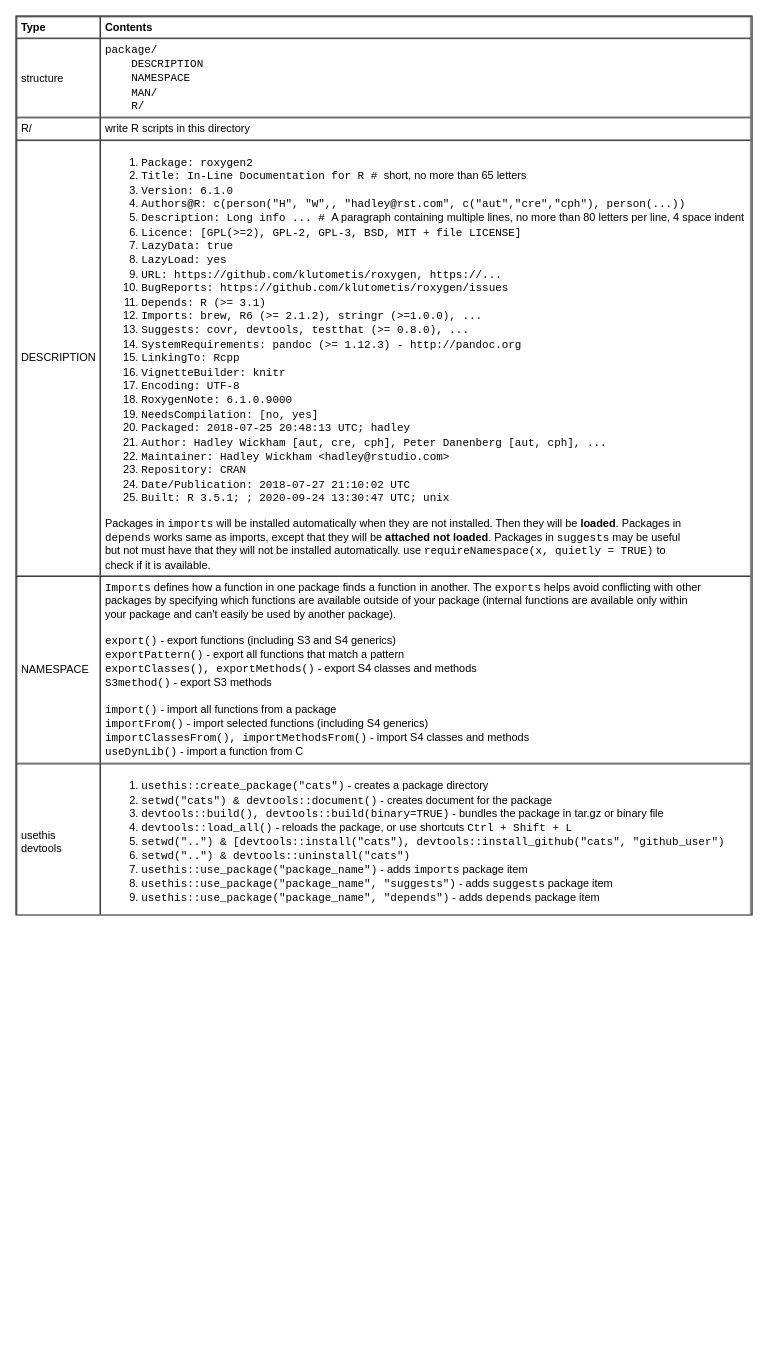
Earlier version of the draw.io diagram page "Write-Package" (5 of 5) of languages/R/R-packages.drawio (yangdj/tf_docs). Source tidied: cells renumbered, new cells numbered last; positions are measured from the earlier drawing's top-left corner, leaving out a move shared by most shapes. Both pictures are drawn from the tidied source at 91%, with x=0, y=0 at pixel (15, 15).
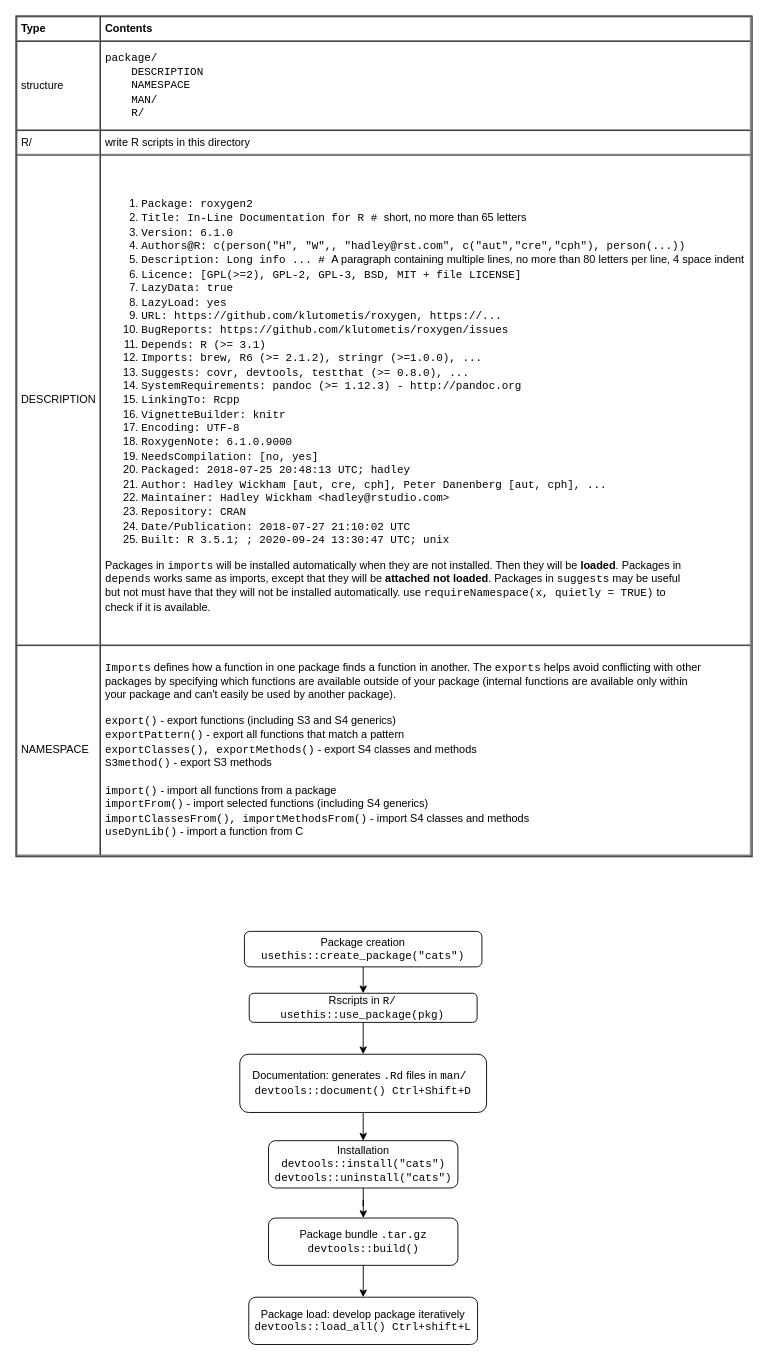
Above is the later version.

Change to the diagram source:
```diff
@@
 <mxGraphModel>
   <root>
     <mxCell id="0" />
     <mxCell id="1" parent="0" />
-    <mxCell id="2" value="&lt;table cellpadding=&quot;4&quot; cellspacing=&quot;0&quot; border=&quot;1&quot; style=&quot;font-size: 1em ; width: 100% ; height: 100%&quot;&gt;&lt;tbody&gt;&lt;tr&gt;&lt;th&gt;Type&lt;/th&gt;&lt;th&gt;Contents&lt;/th&gt;&lt;/tr&gt;&lt;tr&gt;&lt;td&gt;structure&lt;/td&gt;&lt;td&gt;&lt;font face=&quot;Courier New&quot;&gt;package/&lt;br&gt;&amp;nbsp; &amp;nbsp; DESCRIPTION&lt;br&gt;&amp;nbsp; &amp;nbsp; NAMESPACE&lt;br&gt;&amp;nbsp; &amp;nbsp; MAN/&lt;br&gt;&amp;nbsp; &amp;nbsp; R/&lt;/font&gt;&lt;br&gt;&lt;/td&gt;&lt;/tr&gt;&lt;tr&gt;&lt;td&gt;R/&lt;/td&gt;&lt;td&gt;write R scripts in this directory&lt;/td&gt;&lt;/tr&gt;&lt;tr&gt;&lt;td&gt;DESCRIPTION&lt;/td&gt;&lt;td&gt;&lt;ol&gt;&lt;li&gt;&lt;font face=&quot;Courier New&quot;&gt;Package: roxygen2&lt;/font&gt;&lt;/li&gt;&lt;li&gt;&lt;font face=&quot;Courier New&quot;&gt;Title: In-Line Documentation for R # &lt;/font&gt;short, no more than 65 letters&lt;/li&gt;&lt;li&gt;&lt;font face=&quot;Courier New&quot;&gt;Version: 6.1.0&lt;/font&gt;&lt;/li&gt;&lt;li&gt;&lt;span style=&quot;font-size: 1em ; font-family: &amp;#34;courier new&amp;#34;&quot;&gt;Authors@R: c(person(&quot;H&quot;, &quot;W&quot;,, &quot;hadley@rst.com&quot;, c(&quot;aut&quot;,&quot;cre&quot;,&quot;cph&quot;), person(...))&lt;/span&gt;&lt;br&gt;&lt;/li&gt;&lt;li&gt;&lt;font face=&quot;Courier New&quot;&gt;Description: Long info ... # &lt;/font&gt;A paragraph&amp;nbsp;containing multiple lines, no more than 80 letters per line, 4 space indent&lt;/li&gt;&lt;li&gt;&lt;font face=&quot;Courier New&quot;&gt;Licence: [GPL(&amp;gt;=2), GPL-2, GPL-3, BSD, MIT + file LICENSE]&lt;/font&gt;&lt;/li&gt;&lt;li&gt;&lt;font face=&quot;Courier New&quot;&gt;LazyData: true&lt;/font&gt;&lt;/li&gt;&lt;li&gt;&lt;span style=&quot;font-family: &amp;#34;courier new&amp;#34; ; font-size: 1em&quot;&gt;LazyLoad: yes&lt;/span&gt;&lt;br&gt;&lt;/li&gt;&lt;li&gt;&lt;font face=&quot;Courier New&quot;&gt;URL:&amp;nbsp;https://github.com/klutometis/roxygen, https://...&lt;/font&gt;&lt;/li&gt;&lt;li&gt;&lt;font face=&quot;Courier New&quot;&gt;BugReports:&amp;nbsp;https://github.com/klutometis/roxygen/issues&lt;/font&gt;&lt;/li&gt;&lt;li&gt;&lt;font face=&quot;Courier New&quot;&gt;Depends: R (&amp;gt;= 3.1)&lt;/font&gt;&lt;/li&gt;&lt;li&gt;&lt;font face=&quot;Courier New&quot;&gt;Imports: brew, R6 (&amp;gt;= 2.1.2), stringr (&amp;gt;=1.0.0), ...&lt;/font&gt;&lt;/li&gt;&lt;li&gt;&lt;font face=&quot;Courier New&quot;&gt;Suggests: covr, devtools, testthat (&amp;gt;= 0.8.0), ...&lt;/font&gt;&lt;/li&gt;&lt;li&gt;&lt;font face=&quot;Courier New&quot;&gt;SystemRequirements: pandoc (&amp;gt;= 1.12.3) - http://pandoc.org&lt;/font&gt;&lt;/li&gt;&lt;li&gt;&lt;font face=&quot;Courier New&quot;&gt;LinkingTo: Rcpp&lt;/font&gt;&lt;/li&gt;&lt;li&gt;&lt;font face=&quot;Courier New&quot;&gt;VignetteBuilder: knitr&lt;/font&gt;&lt;/li&gt;&lt;li&gt;&lt;font face=&quot;Courier New&quot;&gt;Encoding: UTF-8&lt;/font&gt;&lt;/li&gt;&lt;li&gt;&lt;font face=&quot;Courier New&quot;&gt;RoxygenNote: 6.1.0.9000&lt;br&gt;&lt;/font&gt;&lt;/li&gt;&lt;li&gt;&lt;font face=&quot;Courier New&quot;&gt;NeedsCompilation: [no, yes]&lt;/font&gt;&lt;/li&gt;&lt;li&gt;&lt;font face=&quot;Courier New&quot;&gt;Packaged: 2018-07-25 20:48:13 UTC; hadley&lt;br&gt;&lt;/font&gt;&lt;/li&gt;&lt;li&gt;&lt;font face=&quot;Courier New&quot;&gt;Author: Hadley Wickham [aut, cre, cph], Peter Danenberg [aut, cph], ...&lt;/font&gt;&lt;/li&gt;&lt;li&gt;&lt;font face=&quot;Courier New&quot;&gt;Maintainer: Hadley Wickham &amp;lt;hadley@rstudio.com&amp;gt;&lt;/font&gt;&lt;/li&gt;&lt;li&gt;&lt;font face=&quot;Courier New&quot;&gt;Repository: CRAN&lt;/font&gt;&lt;/li&gt;&lt;li&gt;&lt;font face=&quot;Courier New&quot;&gt;Date/Publication: 2018-07-27 21:10:02 UTC&lt;/font&gt;&lt;/li&gt;&lt;li&gt;&lt;font face=&quot;Courier New&quot;&gt;Built: R 3.5.1; ; 2020-09-24 13:30:47 UTC; unix&lt;/font&gt;&lt;/li&gt;&lt;/ol&gt;&lt;div&gt;Packages in &lt;font face=&quot;Courier New&quot;&gt;imports&lt;/font&gt; will be installed automatically when they are not installed. Then they will be &lt;b&gt;loaded&lt;/b&gt;.&amp;nbsp;&lt;span style=&quot;font-size: 1em&quot;&gt;Packages in&lt;/span&gt;&lt;span style=&quot;font-size: 1em&quot;&gt;&amp;nbsp;&lt;/span&gt;&lt;/div&gt;&lt;div&gt;&lt;font face=&quot;Courier New&quot; style=&quot;font-size: 1em&quot;&gt;depends&lt;/font&gt;&lt;span style=&quot;font-size: 1em&quot;&gt;&amp;nbsp;works same as imports, except that they will be &lt;b&gt;attached&lt;/b&gt; &lt;b&gt;not loaded&lt;/b&gt;. Packages in &lt;font face=&quot;Courier New&quot;&gt;suggests&lt;/font&gt;&lt;/span&gt;&amp;nbsp;may be useful&amp;nbsp;&lt;/div&gt;&lt;div&gt;but not must have that they will not be installed automatically. use &lt;font face=&quot;Courier New&quot;&gt;requireNamespace(x, quietly = TRUE)&lt;/font&gt;&amp;nbsp;to&lt;/div&gt;&lt;div&gt;check if it is available.&lt;/div&gt;&lt;/td&gt;&lt;/tr&gt;&lt;tr&gt;&lt;td&gt;NAMESPACE&lt;/td&gt;&lt;td&gt;&lt;font face=&quot;Courier New&quot;&gt;Imports&lt;/font&gt; defines how a function in one package finds a function in another. The &lt;font face=&quot;Courier New&quot;&gt;exports&lt;/font&gt; helps avoid conflicting with other&lt;br&gt;packages by specifying which functions are available outside of your package (internal functions are available only within&lt;br&gt;your package and can't easily be used by another package).&lt;br&gt;&lt;br&gt;&lt;font face=&quot;Courier New&quot;&gt;export()&lt;/font&gt; - export functions (including S3 and S4 generics)&lt;br&gt;&lt;font face=&quot;Courier New&quot;&gt;exportPattern()&lt;/font&gt;&amp;nbsp;- export all functions that match a pattern&lt;br&gt;&lt;font face=&quot;Courier New&quot;&gt;exportClasses(), exportMethods()&lt;/font&gt; - export S4 classes and methods&lt;br&gt;&lt;font face=&quot;Courier New&quot;&gt;S3method()&lt;/font&gt; - export S3 methods&lt;br&gt;&lt;br&gt;&lt;font face=&quot;Courier New&quot;&gt;import()&lt;/font&gt; - import all functions from a package&lt;br&gt;&lt;font face=&quot;Courier New&quot;&gt;importFrom()&lt;/font&gt; - import selected functions (including S4 generics)&lt;br&gt;&lt;font face=&quot;Courier New&quot;&gt;importClassesFrom(), importMethodsFrom()&lt;/font&gt; - import S4 classes and methods&lt;br&gt;&lt;font face=&quot;Courier New&quot;&gt;useDynLib()&lt;/font&gt; - import a function from C&lt;br&gt;&lt;/td&gt;&lt;/tr&gt;&lt;tr&gt;&lt;td&gt;usethis&lt;br&gt;devtools&lt;/td&gt;&lt;td&gt;&lt;ol&gt;&lt;li&gt;&lt;font face=&quot;Courier New&quot;&gt;usethis::create_package(&quot;cats&quot;)&lt;/font&gt; - creates a package directory&lt;/li&gt;&lt;li&gt;&lt;font face=&quot;Courier New&quot;&gt;setwd(&quot;cats&quot;) &amp;amp; devtools::document()&lt;/font&gt; - creates document for the package&lt;/li&gt;&lt;li&gt;&lt;font face=&quot;Courier New&quot;&gt;devtools::build(), devtools::build(binary=TRUE)&lt;/font&gt; - bundles the package in tar.gz or binary file&lt;/li&gt;&lt;li&gt;&lt;font face=&quot;Courier New&quot;&gt;devtools::load_all()&lt;/font&gt; - reloads the package, or use shortcuts &lt;font face=&quot;Courier New&quot;&gt;Ctrl + Shift + L&lt;/font&gt;&lt;/li&gt;&lt;li&gt;&lt;font face=&quot;Courier New&quot;&gt;setwd(&quot;..&quot;) &amp;amp; [devtools::install(&quot;cats&quot;), devtools::install_github(&quot;cats&quot;, &quot;github_user&quot;)&lt;/font&gt;&lt;/li&gt;&lt;li&gt;&lt;font face=&quot;Courier New&quot;&gt;setwd(&quot;..&quot;) &amp;amp; devtools::uninstall(&quot;cats&quot;)&lt;/font&gt;&lt;/li&gt;&lt;li&gt;&lt;font face=&quot;Courier New&quot;&gt;usethis::use_package(&quot;package_name&quot;)&lt;/font&gt; - adds&amp;nbsp;&lt;font face=&quot;Courier New&quot;&gt;imports&lt;/font&gt; package item&lt;/li&gt;&lt;li&gt;&lt;font face=&quot;Courier New&quot;&gt;usethis::use_package(&quot;package_name&quot;, &quot;suggests&quot;)&lt;/font&gt; - adds&amp;nbsp;&lt;font face=&quot;Courier New&quot;&gt;suggests&lt;/font&gt; package item&lt;/li&gt;&lt;li&gt;&lt;font face=&quot;Courier New&quot;&gt;usethis::use_package(&quot;package_name&quot;, &quot;depends&quot;)&lt;/font&gt;&amp;nbsp;- adds&amp;nbsp;&lt;font face=&quot;Courier New&quot;&gt;depends&lt;/font&gt;&amp;nbsp;package item&lt;/li&gt;&lt;/ol&gt;&lt;/td&gt;&lt;/tr&gt;&lt;/tbody&gt;&lt;/table&gt; " style="verticalAlign=top;align=left;overflow=fill;fontSize=12;fontFamily=Helvetica;html=1;" parent="1" vertex="1">
-      <mxGeometry width="809" height="988" as="geometry" />
+    <mxCell id="2" value="&lt;table cellpadding=&quot;4&quot; cellspacing=&quot;0&quot; border=&quot;1&quot; style=&quot;font-size: 1em ; width: 100% ; height: 100%&quot;&gt;&lt;tbody&gt;&lt;tr&gt;&lt;th&gt;Type&lt;/th&gt;&lt;th&gt;Contents&lt;/th&gt;&lt;/tr&gt;&lt;tr&gt;&lt;td&gt;structure&lt;/td&gt;&lt;td&gt;&lt;font face=&quot;Courier New&quot;&gt;package/&lt;br&gt;&amp;nbsp; &amp;nbsp; DESCRIPTION&lt;br&gt;&amp;nbsp; &amp;nbsp; NAMESPACE&lt;br&gt;&amp;nbsp; &amp;nbsp; MAN/&lt;br&gt;&amp;nbsp; &amp;nbsp; R/&lt;/font&gt;&lt;br&gt;&lt;/td&gt;&lt;/tr&gt;&lt;tr&gt;&lt;td&gt;R/&lt;/td&gt;&lt;td&gt;write R scripts in this directory&lt;/td&gt;&lt;/tr&gt;&lt;tr&gt;&lt;td&gt;DESCRIPTION&lt;/td&gt;&lt;td&gt;&lt;ol&gt;&lt;li&gt;&lt;font face=&quot;Courier New&quot;&gt;Package: roxygen2&lt;/font&gt;&lt;/li&gt;&lt;li&gt;&lt;font face=&quot;Courier New&quot;&gt;Title: In-Line Documentation for R # &lt;/font&gt;short, no more than 65 letters&lt;/li&gt;&lt;li&gt;&lt;font face=&quot;Courier New&quot;&gt;Version: 6.1.0&lt;/font&gt;&lt;/li&gt;&lt;li&gt;&lt;span style=&quot;font-size: 1em ; font-family: &amp;#34;courier new&amp;#34;&quot;&gt;Authors@R: c(person(&quot;H&quot;, &quot;W&quot;,, &quot;hadley@rst.com&quot;, c(&quot;aut&quot;,&quot;cre&quot;,&quot;cph&quot;), person(...))&lt;/span&gt;&lt;br&gt;&lt;/li&gt;&lt;li&gt;&lt;font face=&quot;Courier New&quot;&gt;Description: Long info ... # &lt;/font&gt;A paragraph&amp;nbsp;containing multiple lines, no more than 80 letters per line, 4 space indent&lt;/li&gt;&lt;li&gt;&lt;font face=&quot;Courier New&quot;&gt;Licence: [GPL(&amp;gt;=2), GPL-2, GPL-3, BSD, MIT + file LICENSE]&lt;/font&gt;&lt;/li&gt;&lt;li&gt;&lt;font face=&quot;Courier New&quot;&gt;LazyData: true&lt;/font&gt;&lt;/li&gt;&lt;li&gt;&lt;span style=&quot;font-family: &amp;#34;courier new&amp;#34; ; font-size: 1em&quot;&gt;LazyLoad: yes&lt;/span&gt;&lt;br&gt;&lt;/li&gt;&lt;li&gt;&lt;font face=&quot;Courier New&quot;&gt;URL:&amp;nbsp;https://github.com/klutometis/roxygen, https://...&lt;/font&gt;&lt;/li&gt;&lt;li&gt;&lt;font face=&quot;Courier New&quot;&gt;BugReports:&amp;nbsp;https://github.com/klutometis/roxygen/issues&lt;/font&gt;&lt;/li&gt;&lt;li&gt;&lt;font face=&quot;Courier New&quot;&gt;Depends: R (&amp;gt;= 3.1)&lt;/font&gt;&lt;/li&gt;&lt;li&gt;&lt;font face=&quot;Courier New&quot;&gt;Imports: brew, R6 (&amp;gt;= 2.1.2), stringr (&amp;gt;=1.0.0), ...&lt;/font&gt;&lt;/li&gt;&lt;li&gt;&lt;font face=&quot;Courier New&quot;&gt;Suggests: covr, devtools, testthat (&amp;gt;= 0.8.0), ...&lt;/font&gt;&lt;/li&gt;&lt;li&gt;&lt;font face=&quot;Courier New&quot;&gt;SystemRequirements: pandoc (&amp;gt;= 1.12.3) - http://pandoc.org&lt;/font&gt;&lt;/li&gt;&lt;li&gt;&lt;font face=&quot;Courier New&quot;&gt;LinkingTo: Rcpp&lt;/font&gt;&lt;/li&gt;&lt;li&gt;&lt;font face=&quot;Courier New&quot;&gt;VignetteBuilder: knitr&lt;/font&gt;&lt;/li&gt;&lt;li&gt;&lt;font face=&quot;Courier New&quot;&gt;Encoding: UTF-8&lt;/font&gt;&lt;/li&gt;&lt;li&gt;&lt;font face=&quot;Courier New&quot;&gt;RoxygenNote: 6.1.0.9000&lt;br&gt;&lt;/font&gt;&lt;/li&gt;&lt;li&gt;&lt;font face=&quot;Courier New&quot;&gt;NeedsCompilation: [no, yes]&lt;/font&gt;&lt;/li&gt;&lt;li&gt;&lt;font face=&quot;Courier New&quot;&gt;Packaged: 2018-07-25 20:48:13 UTC; hadley&lt;br&gt;&lt;/font&gt;&lt;/li&gt;&lt;li&gt;&lt;font face=&quot;Courier New&quot;&gt;Author: Hadley Wickham [aut, cre, cph], Peter Danenberg [aut, cph], ...&lt;/font&gt;&lt;/li&gt;&lt;li&gt;&lt;font face=&quot;Courier New&quot;&gt;Maintainer: Hadley Wickham &amp;lt;hadley@rstudio.com&amp;gt;&lt;/font&gt;&lt;/li&gt;&lt;li&gt;&lt;font face=&quot;Courier New&quot;&gt;Repository: CRAN&lt;/font&gt;&lt;/li&gt;&lt;li&gt;&lt;font face=&quot;Courier New&quot;&gt;Date/Publication: 2018-07-27 21:10:02 UTC&lt;/font&gt;&lt;/li&gt;&lt;li&gt;&lt;font face=&quot;Courier New&quot;&gt;Built: R 3.5.1; ; 2020-09-24 13:30:47 UTC; unix&lt;/font&gt;&lt;/li&gt;&lt;/ol&gt;&lt;div&gt;Packages in &lt;font face=&quot;Courier New&quot;&gt;imports&lt;/font&gt; will be installed automatically when they are not installed. Then they will be &lt;b&gt;loaded&lt;/b&gt;.&amp;nbsp;&lt;span style=&quot;font-size: 1em&quot;&gt;Packages in&lt;/span&gt;&lt;span style=&quot;font-size: 1em&quot;&gt;&amp;nbsp;&lt;/span&gt;&lt;/div&gt;&lt;div&gt;&lt;font face=&quot;Courier New&quot; style=&quot;font-size: 1em&quot;&gt;depends&lt;/font&gt;&lt;span style=&quot;font-size: 1em&quot;&gt;&amp;nbsp;works same as imports, except that they will be &lt;b&gt;attached&lt;/b&gt; &lt;b&gt;not loaded&lt;/b&gt;. Packages in &lt;font face=&quot;Courier New&quot;&gt;suggests&lt;/font&gt;&lt;/span&gt;&amp;nbsp;may be useful&amp;nbsp;&lt;/div&gt;&lt;div&gt;but not must have that they will not be installed automatically. use &lt;font face=&quot;Courier New&quot;&gt;requireNamespace(x, quietly = TRUE)&lt;/font&gt;&amp;nbsp;to&lt;/div&gt;&lt;div&gt;check if it is available.&lt;/div&gt;&lt;/td&gt;&lt;/tr&gt;&lt;tr&gt;&lt;td&gt;NAMESPACE&lt;/td&gt;&lt;td&gt;&lt;font face=&quot;Courier New&quot;&gt;Imports&lt;/font&gt; defines how a function in one package finds a function in another. The &lt;font face=&quot;Courier New&quot;&gt;exports&lt;/font&gt; helps avoid conflicting with other&lt;br&gt;packages by specifying which functions are available outside of your package (internal functions are available only within&lt;br&gt;your package and can't easily be used by another package).&lt;br&gt;&lt;br&gt;&lt;font face=&quot;Courier New&quot;&gt;export()&lt;/font&gt; - export functions (including S3 and S4 generics)&lt;br&gt;&lt;font face=&quot;Courier New&quot;&gt;exportPattern()&lt;/font&gt;&amp;nbsp;- export all functions that match a pattern&lt;br&gt;&lt;font face=&quot;Courier New&quot;&gt;exportClasses(), exportMethods()&lt;/font&gt; - export S4 classes and methods&lt;br&gt;&lt;font face=&quot;Courier New&quot;&gt;S3method()&lt;/font&gt; - export S3 methods&lt;br&gt;&lt;br&gt;&lt;font face=&quot;Courier New&quot;&gt;import()&lt;/font&gt; - import all functions from a package&lt;br&gt;&lt;font face=&quot;Courier New&quot;&gt;importFrom()&lt;/font&gt; - import selected functions (including S4 generics)&lt;br&gt;&lt;font face=&quot;Courier New&quot;&gt;importClassesFrom(), importMethodsFrom()&lt;/font&gt; - import S4 classes and methods&lt;br&gt;&lt;font face=&quot;Courier New&quot;&gt;useDynLib()&lt;/font&gt; - import a function from C&lt;br&gt;&lt;/td&gt;&lt;/tr&gt;&lt;/tbody&gt;&lt;/table&gt; " style="verticalAlign=top;align=left;overflow=fill;fontSize=12;fontFamily=Helvetica;html=1;" parent="1" vertex="1">
+      <mxGeometry width="809" height="924" as="geometry" />
     </mxCell>
+    <mxCell id="3" style="edgeStyle=orthogonalEdgeStyle;rounded=0;jettySize=auto;html=1;" parent="1" edge="1" source="4" target="6">
+      <mxGeometry relative="1" as="geometry" />
+    </mxCell>
+    <mxCell id="4" value="Package creation&lt;br&gt;&lt;font face=&quot;Courier New&quot;&gt;usethis::create_package(&quot;cats&quot;)&lt;/font&gt;" style="rounded=1;whiteSpace=wrap;html=1;" parent="1" vertex="1">
+      <mxGeometry x="251.1" y="1006" width="261" height="39" as="geometry" />
+    </mxCell>
+    <mxCell id="5" style="edgeStyle=orthogonalEdgeStyle;rounded=0;jettySize=auto;html=1;" parent="1" edge="1" source="6" target="8">
+      <mxGeometry relative="1" as="geometry" />
+    </mxCell>
+    <mxCell id="6" value="Rscripts in&amp;nbsp;&lt;font face=&quot;Courier New&quot;&gt;R/&lt;/font&gt;&lt;br&gt;&lt;font face=&quot;Courier New&quot;&gt;usethis::use_package(pkg)&lt;/font&gt;" style="rounded=1;whiteSpace=wrap;html=1;" parent="1" vertex="1">
+      <mxGeometry x="256.4" y="1074" width="250.4" height="32" as="geometry" />
+    </mxCell>
+    <mxCell id="7" style="edgeStyle=orthogonalEdgeStyle;rounded=0;jettySize=auto;html=1;entryX=0.5;entryY=0;entryDx=0;entryDy=0;" parent="1" edge="1" source="8" target="10">
+      <mxGeometry relative="1" as="geometry" />
+    </mxCell>
+    <mxCell id="8" value="Documentation: generates &lt;font face=&quot;Courier New&quot;&gt;.Rd&lt;/font&gt; files in&amp;nbsp;&lt;font face=&quot;Courier New&quot;&gt;man/&amp;nbsp;&lt;/font&gt;&lt;br&gt;&lt;font face=&quot;Courier New&quot;&gt;devtools::document() Ctrl+Shift+D&lt;br&gt;&lt;/font&gt;" style="rounded=1;whiteSpace=wrap;html=1;" parent="1" vertex="1">
+      <mxGeometry x="246" y="1141" width="271.2" height="64" as="geometry" />
+    </mxCell>
+    <mxCell id="9" style="edgeStyle=orthogonalEdgeStyle;rounded=0;jettySize=auto;html=1;" parent="1" edge="1" source="10" target="12">
+      <mxGeometry relative="1" as="geometry" />
+    </mxCell>
+    <mxCell id="10" value="Installation&lt;br&gt;&lt;font face=&quot;Courier New&quot;&gt;devtools::install(&quot;cats&quot;)&lt;br&gt;devtools::uninstall(&quot;cats&quot;)&lt;br&gt;&lt;/font&gt;" style="rounded=1;whiteSpace=wrap;html=1;" parent="1" vertex="1">
+      <mxGeometry x="277.6" y="1236" width="208.1" height="52" as="geometry" />
+    </mxCell>
+    <mxCell id="11" style="edgeStyle=orthogonalEdgeStyle;rounded=0;jettySize=auto;html=1;" parent="1" edge="1" source="12" target="13">
+      <mxGeometry relative="1" as="geometry" />
+    </mxCell>
+    <mxCell id="12" value="Package bundle &lt;font face=&quot;Courier New&quot;&gt;.tar.gz&lt;/font&gt;&lt;br&gt;&lt;font face=&quot;Courier New&quot;&gt;devtools::build()&lt;/font&gt;" style="rounded=1;whiteSpace=wrap;html=1;" parent="1" vertex="1">
+      <mxGeometry x="277.6" y="1321" width="208.1" height="52" as="geometry" />
+    </mxCell>
+    <mxCell id="13" value="Package load: develop package iteratively&lt;br&gt;&lt;font face=&quot;Courier New&quot;&gt;devtools::load_all() Ctrl+shift+L&lt;/font&gt;" style="rounded=1;whiteSpace=wrap;html=1;" parent="1" vertex="1">
+      <mxGeometry x="255.9" y="1408" width="251.4" height="52" as="geometry" />
+    </mxCell>
   </root>
 </mxGraphModel>
```
